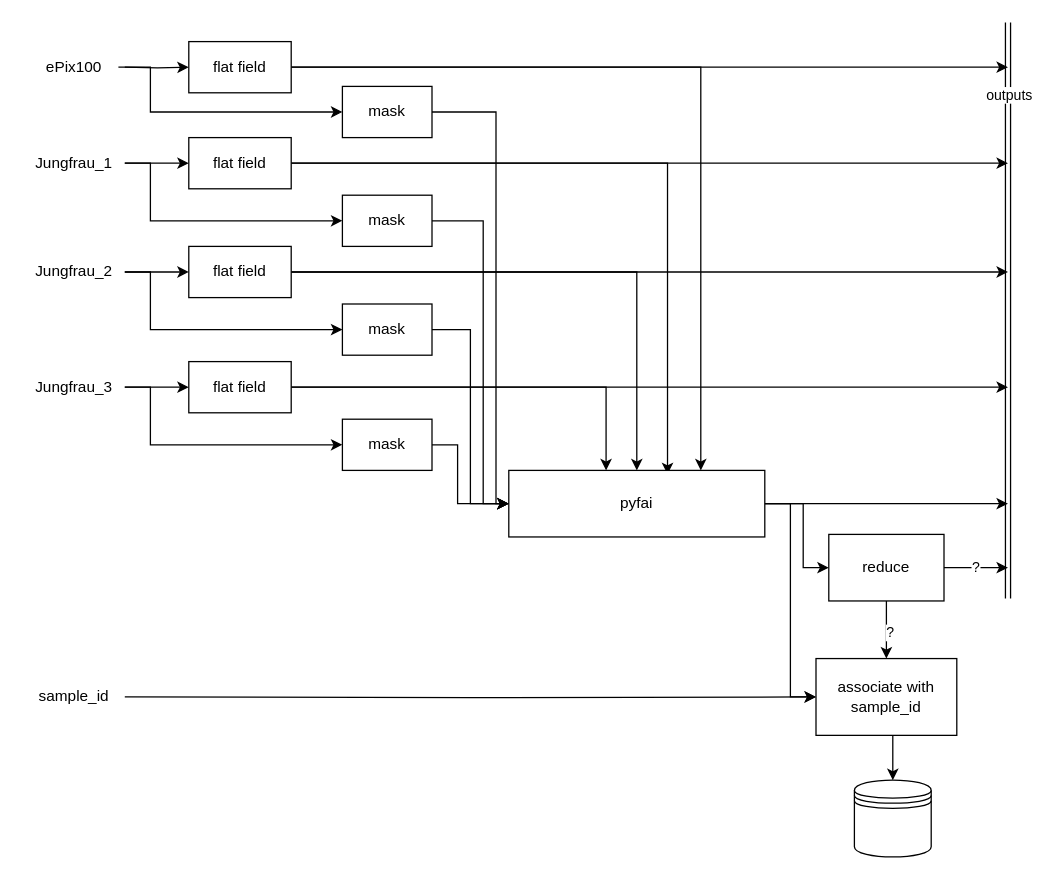
keeble/hed-context-files keeps this draw.io diagram as substrate.drawio. Above is the earlier version. Source tidied: cells renumbered, new cells numbered last; positions are measured from the earlier drawing's top-left corner, leaving out a move shared by most shapes. Both pictures are drawn from the tidied source at 128%, with x=0, y=0 at pixel (22, 22).
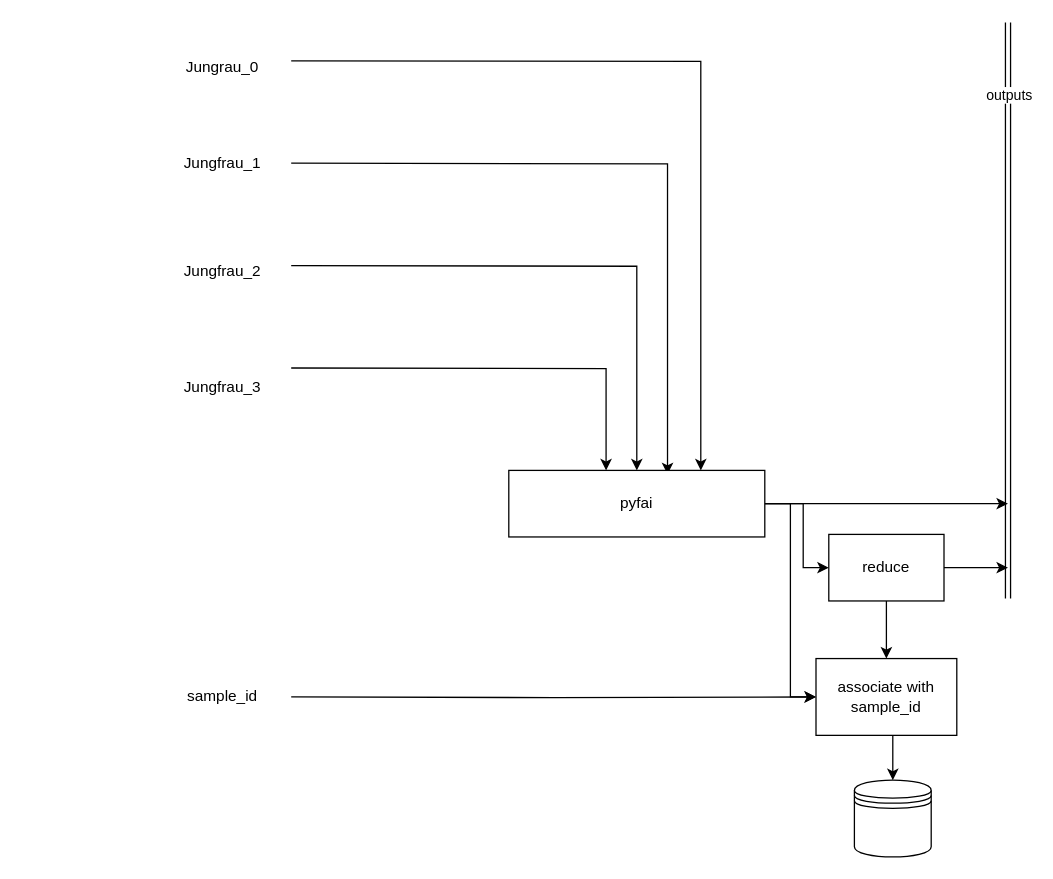
The same diagram, later.

Unchanged cells that the change refers to:
```xml
<mxCell id="29" value="pyfai" style="rounded=0;whiteSpace=wrap;html=1;" parent="1" vertex="1">
  <mxGeometry x="380" y="350" width="200" height="52" as="geometry" />
</mxCell>
<mxCell id="41" value="associate with sample_id" style="rounded=0;whiteSpace=wrap;html=1;" parent="1" vertex="1">
  <mxGeometry x="620" y="497" width="110" height="60" as="geometry" />
</mxCell>
<mxCell id="46" style="edgeStyle=orthogonalEdgeStyle;rounded=0;jettySize=auto;html=1;exitX=0.5;exitY=1;exitDx=0;exitDy=0;entryX=0.5;entryY=0;entryDx=0;entryDy=0;" parent="1" edge="1" source="48" target="41">
  <mxGeometry relative="1" as="geometry" />
</mxCell>
<mxCell id="48" value="reduce" style="rounded=0;whiteSpace=wrap;html=1;" parent="1" vertex="1">
  <mxGeometry x="630" y="400" width="90" height="52" as="geometry" />
</mxCell>
```

What changed in the source:
```diff
@@
-    <mxCell id="2" style="edgeStyle=orthogonalEdgeStyle;rounded=0;jettySize=auto;html=1;" parent="1" edge="1" source="4" target="13">
-      <mxGeometry relative="1" as="geometry" />
-    </mxCell>
-    <mxCell id="3" style="edgeStyle=orthogonalEdgeStyle;rounded=0;jettySize=auto;html=1;entryX=0;entryY=0.5;entryDx=0;entryDy=0;" parent="1" edge="1" source="4" target="21">
-      <mxGeometry relative="1" as="geometry">
-        <Array as="points">
-          <mxPoint x="100" y="110" />
-          <mxPoint x="100" y="155" />
-        </Array>
-      </mxGeometry>
-    </mxCell>
     <mxCell id="4" value="Jungfrau_1" style="text;html=1;align=center;verticalAlign=middle;points=[];strokeColor=none;fillColor=none;" parent="1" vertex="1">
-      <mxGeometry y="95" width="80" height="30" as="geometry" />
+      <mxGeometry x="116" y="95" width="80" height="30" as="geometry" />
     </mxCell>
-    <mxCell id="5" style="edgeStyle=orthogonalEdgeStyle;rounded=0;jettySize=auto;html=1;" parent="1" edge="1" source="7" target="16">
-      <mxGeometry relative="1" as="geometry" />
-    </mxCell>
-    <mxCell id="6" style="edgeStyle=orthogonalEdgeStyle;rounded=0;jettySize=auto;html=1;entryX=0;entryY=0.5;entryDx=0;entryDy=0;" parent="1" edge="1" source="7" target="23">
-      <mxGeometry relative="1" as="geometry">
-        <Array as="points">
-          <mxPoint x="100" y="195" />
-          <mxPoint x="100" y="240" />
-        </Array>
-      </mxGeometry>
-    </mxCell>
     <mxCell id="7" value="Jungfrau_2" style="text;html=1;align=center;verticalAlign=middle;points=[];strokeColor=none;fillColor=none;" parent="1" vertex="1">
-      <mxGeometry y="180" width="80" height="30" as="geometry" />
+      <mxGeometry x="116" y="180" width="80" height="30" as="geometry" />
     </mxCell>
-    <mxCell id="8" style="edgeStyle=orthogonalEdgeStyle;rounded=0;jettySize=auto;html=1;" parent="1" edge="1" source="10" target="19">
-      <mxGeometry relative="1" as="geometry" />
-    </mxCell>
-    <mxCell id="9" style="edgeStyle=orthogonalEdgeStyle;rounded=0;jettySize=auto;html=1;entryX=0;entryY=0.5;entryDx=0;entryDy=0;" parent="1" edge="1" source="10" target="25">
-      <mxGeometry relative="1" as="geometry">
-        <Array as="points">
-          <mxPoint x="100" y="285" />
-          <mxPoint x="100" y="330" />
-        </Array>
-      </mxGeometry>
-    </mxCell>
     <mxCell id="10" value="Jungfrau_3" style="text;html=1;align=center;verticalAlign=middle;points=[];strokeColor=none;fillColor=none;" parent="1" vertex="1">
-      <mxGeometry y="270" width="80" height="30" as="geometry" />
+      <mxGeometry x="116" y="270" width="80" height="30" as="geometry" />
     </mxCell>
-    <mxCell id="11" style="edgeStyle=orthogonalEdgeStyle;rounded=0;jettySize=auto;html=1;" parent="1" edge="1" source="13">
-      <mxGeometry relative="1" as="geometry">
-        <mxPoint x="770" y="110" as="targetPoint" />
-      </mxGeometry>
-    </mxCell>
-    <mxCell id="12" style="edgeStyle=orthogonalEdgeStyle;rounded=0;jettySize=auto;html=1;entryX=0.62;entryY=0.058;entryDx=0;entryDy=0;entryPerimeter=0;" parent="1" edge="1" source="13" target="29">
-      <mxGeometry relative="1" as="geometry" />
+    <mxCell id="12" style="edgeStyle=orthogonalEdgeStyle;rounded=0;jettySize=auto;html=1;entryX=0.62;entryY=0.058;entryDx=0;entryDy=0;entryPerimeter=0;" parent="1" edge="1" target="29">
+      <mxGeometry relative="1" as="geometry">
+        <mxPoint x="210" y="110" as="sourcePoint" />
+      </mxGeometry>
     </mxCell>
-    <mxCell id="13" value="flat field" style="rounded=0;whiteSpace=wrap;html=1;" parent="1" vertex="1">
-      <mxGeometry x="130" y="90" width="80" height="40" as="geometry" />
-    </mxCell>
-    <mxCell id="14" style="edgeStyle=orthogonalEdgeStyle;rounded=0;jettySize=auto;html=1;" parent="1" edge="1" source="16">
-      <mxGeometry relative="1" as="geometry">
-        <mxPoint x="770" y="195" as="targetPoint" />
-      </mxGeometry>
-    </mxCell>
-    <mxCell id="15" style="edgeStyle=orthogonalEdgeStyle;rounded=0;jettySize=auto;html=1;entryX=0.5;entryY=0;entryDx=0;entryDy=0;" parent="1" edge="1" source="16" target="29">
-      <mxGeometry relative="1" as="geometry" />
+    <mxCell id="15" style="edgeStyle=orthogonalEdgeStyle;rounded=0;jettySize=auto;html=1;entryX=0.5;entryY=0;entryDx=0;entryDy=0;" parent="1" edge="1" target="29">
+      <mxGeometry relative="1" as="geometry">
+        <mxPoint x="210" y="190" as="sourcePoint" />
+      </mxGeometry>
     </mxCell>
-    <mxCell id="16" value="flat field" style="rounded=0;whiteSpace=wrap;html=1;" parent="1" vertex="1">
-      <mxGeometry x="130" y="175" width="80" height="40" as="geometry" />
-    </mxCell>
-    <mxCell id="17" style="edgeStyle=orthogonalEdgeStyle;rounded=0;jettySize=auto;html=1;" parent="1" edge="1" source="19">
-      <mxGeometry relative="1" as="geometry">
-        <mxPoint x="770" y="285" as="targetPoint" />
-      </mxGeometry>
-    </mxCell>
-    <mxCell id="18" style="edgeStyle=orthogonalEdgeStyle;rounded=0;jettySize=auto;html=1;entryX=0.38;entryY=0;entryDx=0;entryDy=0;entryPerimeter=0;" parent="1" edge="1" source="19" target="29">
-      <mxGeometry relative="1" as="geometry" />
+    <mxCell id="18" style="edgeStyle=orthogonalEdgeStyle;rounded=0;jettySize=auto;html=1;entryX=0.38;entryY=0;entryDx=0;entryDy=0;entryPerimeter=0;" parent="1" edge="1" target="29">
+      <mxGeometry relative="1" as="geometry">
+        <mxPoint x="210" y="270" as="sourcePoint" />
+      </mxGeometry>
     </mxCell>
-    <mxCell id="19" value="flat field" style="rounded=0;whiteSpace=wrap;html=1;" parent="1" vertex="1">
-      <mxGeometry x="130" y="265" width="80" height="40" as="geometry" />
-    </mxCell>
-    <mxCell id="20" style="edgeStyle=orthogonalEdgeStyle;rounded=0;jettySize=auto;html=1;entryX=0;entryY=0.5;entryDx=0;entryDy=0;" parent="1" edge="1" source="21" target="29">
-      <mxGeometry relative="1" as="geometry">
-        <Array as="points">
-          <mxPoint x="360" y="155" />
-          <mxPoint x="360" y="376" />
-        </Array>
-      </mxGeometry>
-    </mxCell>
-    <mxCell id="21" value="mask" style="rounded=0;whiteSpace=wrap;html=1;" parent="1" vertex="1">
-      <mxGeometry x="250" y="135" width="70" height="40" as="geometry" />
-    </mxCell>
-    <mxCell id="22" style="edgeStyle=orthogonalEdgeStyle;rounded=0;jettySize=auto;html=1;entryX=0;entryY=0.5;entryDx=0;entryDy=0;" parent="1" edge="1" source="23" target="29">
-      <mxGeometry relative="1" as="geometry" />
-    </mxCell>
-    <mxCell id="23" value="mask" style="rounded=0;whiteSpace=wrap;html=1;" parent="1" vertex="1">
-      <mxGeometry x="250" y="220" width="70" height="40" as="geometry" />
-    </mxCell>
-    <mxCell id="24" style="edgeStyle=orthogonalEdgeStyle;rounded=0;jettySize=auto;html=1;entryX=0;entryY=0.5;entryDx=0;entryDy=0;" parent="1" edge="1" source="25" target="29">
-      <mxGeometry relative="1" as="geometry">
-        <Array as="points">
-          <mxPoint x="340" y="330" />
-          <mxPoint x="340" y="376" />
-        </Array>
-      </mxGeometry>
-    </mxCell>
-    <mxCell id="25" value="mask" style="rounded=0;whiteSpace=wrap;html=1;" parent="1" vertex="1">
-      <mxGeometry x="250" y="310" width="70" height="40" as="geometry" />
-    </mxCell>
@@
-    <mxCell id="32" style="edgeStyle=orthogonalEdgeStyle;rounded=0;jettySize=auto;html=1;entryX=0;entryY=0.5;entryDx=0;entryDy=0;" parent="1" edge="1" source="33" target="39">
-      <mxGeometry relative="1" as="geometry">
-        <Array as="points">
-          <mxPoint x="100" y="35" />
-          <mxPoint x="100" y="70" />
-        </Array>
-      </mxGeometry>
-    </mxCell>
-    <mxCell id="33" value="ePix100" style="text;html=1;align=center;verticalAlign=middle;points=[];strokeColor=none;fillColor=none;" parent="1" vertex="1">
-      <mxGeometry x="5" y="20" width="70" height="30" as="geometry" />
+    <mxCell id="33" value="Jungrau_0" style="text;html=1;align=center;verticalAlign=middle;points=[];strokeColor=none;fillColor=none;" parent="1" vertex="1">
+      <mxGeometry x="116" y="20" width="80" height="30" as="geometry" />
     </mxCell>
-    <mxCell id="34" style="edgeStyle=orthogonalEdgeStyle;rounded=0;jettySize=auto;html=1;" parent="1" edge="1" target="37">
-      <mxGeometry relative="1" as="geometry">
-        <mxPoint x="80" y="35" as="sourcePoint" />
-      </mxGeometry>
-    </mxCell>
-    <mxCell id="35" style="edgeStyle=orthogonalEdgeStyle;rounded=0;jettySize=auto;html=1;" parent="1" edge="1" source="37">
-      <mxGeometry relative="1" as="geometry">
-        <mxPoint x="770" y="35" as="targetPoint" />
-      </mxGeometry>
-    </mxCell>
-    <mxCell id="36" style="edgeStyle=orthogonalEdgeStyle;rounded=0;jettySize=auto;html=1;entryX=0.75;entryY=0;entryDx=0;entryDy=0;shadow=0;" parent="1" edge="1" source="37" target="29">
-      <mxGeometry relative="1" as="geometry" />
+    <mxCell id="36" style="edgeStyle=orthogonalEdgeStyle;rounded=0;jettySize=auto;html=1;entryX=0.75;entryY=0;entryDx=0;entryDy=0;shadow=0;" parent="1" edge="1" target="29">
+      <mxGeometry relative="1" as="geometry">
+        <mxPoint x="210" y="30" as="sourcePoint" />
+      </mxGeometry>
     </mxCell>
-    <mxCell id="37" value="flat field" style="rounded=0;whiteSpace=wrap;html=1;" parent="1" vertex="1">
-      <mxGeometry x="130" y="15" width="80" height="40" as="geometry" />
-    </mxCell>
-    <mxCell id="38" style="edgeStyle=orthogonalEdgeStyle;rounded=0;jettySize=auto;html=1;entryX=0;entryY=0.5;entryDx=0;entryDy=0;" parent="1" edge="1" source="39" target="29">
-      <mxGeometry relative="1" as="geometry">
-        <Array as="points">
-          <mxPoint x="370" y="70" />
-          <mxPoint x="370" y="376" />
-        </Array>
-      </mxGeometry>
-    </mxCell>
-    <mxCell id="39" value="mask" style="rounded=0;whiteSpace=wrap;html=1;" parent="1" vertex="1">
-      <mxGeometry x="250" y="50" width="70" height="40" as="geometry" />
-    </mxCell>
@@
     <mxCell id="42" style="edgeStyle=orthogonalEdgeStyle;rounded=0;jettySize=auto;html=1;entryX=0;entryY=0.5;entryDx=0;entryDy=0;" parent="1" edge="1" target="41">
       <mxGeometry relative="1" as="geometry">
-        <mxPoint x="80" y="527" as="sourcePoint" />
+        <mxPoint x="210" y="527" as="sourcePoint" />
       </mxGeometry>
     </mxCell>
     <mxCell id="43" value="sample_id" style="text;html=1;align=center;verticalAlign=middle;strokeColor=none;fillColor=none;" parent="1" vertex="1">
-      <mxGeometry y="512" width="80" height="30" as="geometry" />
+      <mxGeometry x="116" y="512" width="80" height="30" as="geometry" />
     </mxCell>
@@
-    <mxCell id="45" value="?" style="edgeStyle=orthogonalEdgeStyle;rounded=0;jettySize=auto;html=1;" parent="1" edge="1" source="48">
+    <mxCell id="45" style="edgeStyle=orthogonalEdgeStyle;rounded=0;jettySize=auto;html=1;" parent="1" edge="1" source="48">
       <mxGeometry relative="1" as="geometry">
         <mxPoint x="770" y="426" as="targetPoint" />
       </mxGeometry>
     </mxCell>
@@
-    <mxCell id="47" value="?" style="edgeLabel;html=1;align=center;verticalAlign=middle;" parent="46" vertex="1">
-      <mxGeometry x="0.07" y="2" relative="1" as="geometry" />
-    </mxCell>
```
